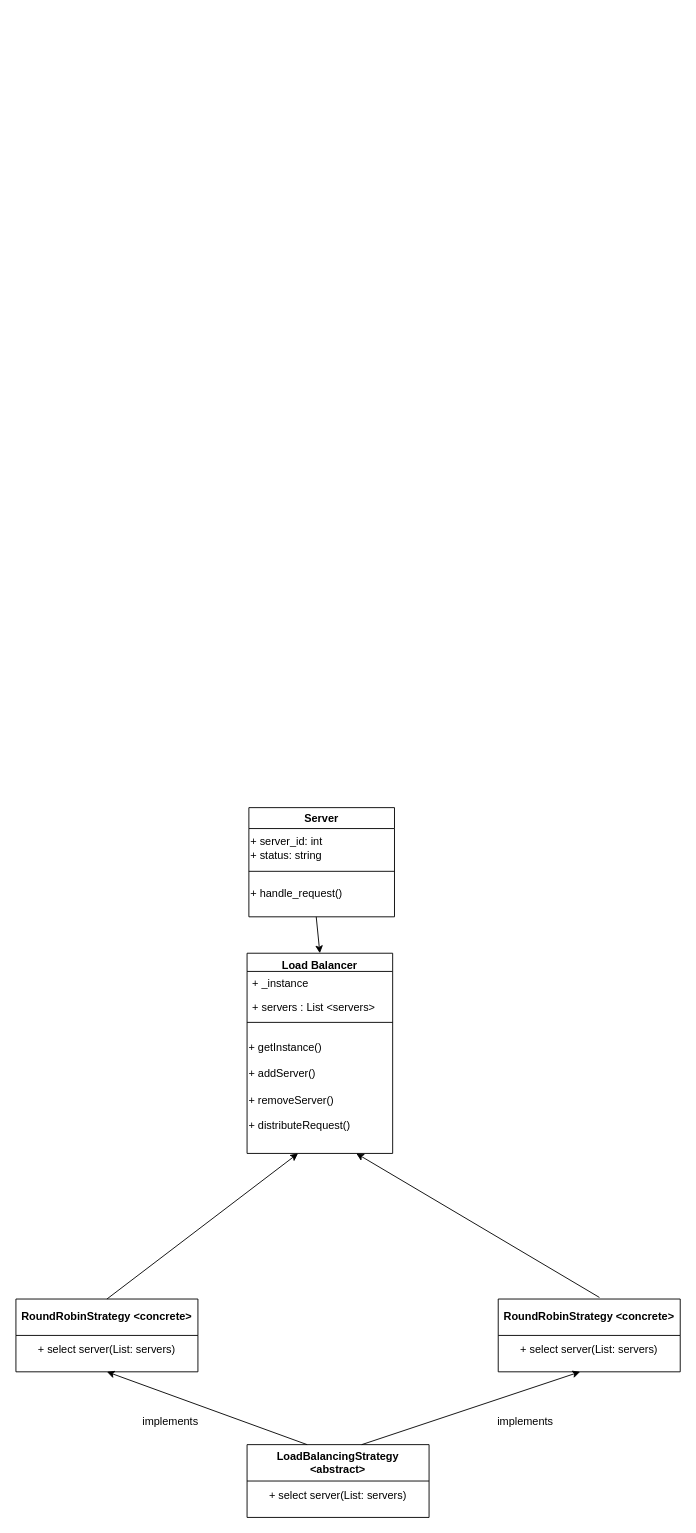
Earlier version of the draw.io diagram Class_Diagram_and_Implementation/LoadBalancer/load_balancer.drawio (ashu7mishra/LLD). Source tidied: cells renumbered, new cells numbered last; positions are measured from the earlier drawing's top-left corner, leaving out a move shared by most shapes. Both pictures are drawn from the tidied source at 91%, with x=0, y=0 at pixel (15, 807).
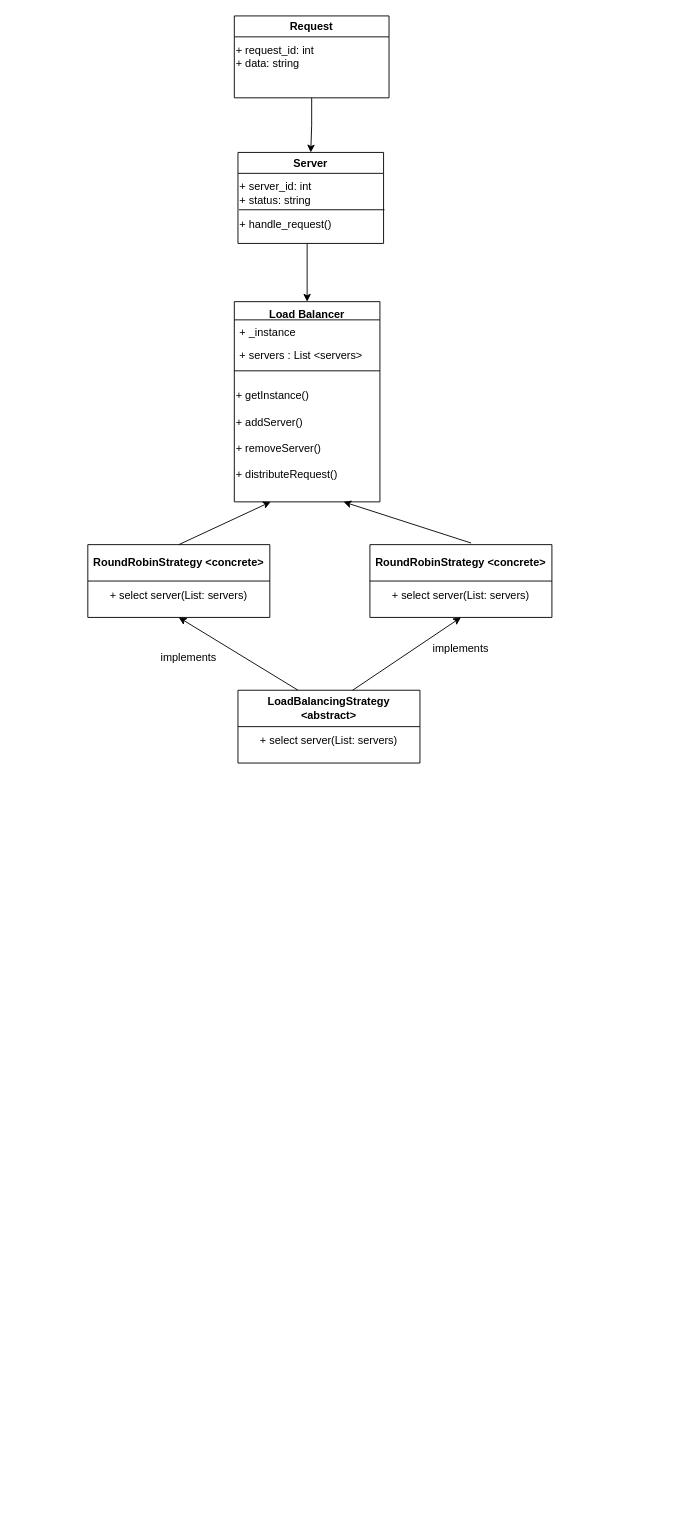
The same page after the edit.

The edit, as a diff of the source:
```diff
@@
+    <mxCell id="24" style="group;" parent="1" vertex="1">
+      <mxGeometry x="79" y="-870" width="510" height="821" as="geometry" />
+    </mxCell>
-    <mxCell id="2" value="Load Balancer" style="swimlane;fontStyle=1;align=center;verticalAlign=top;horizontal=1;startSize=20;rounded=0;shadow=0;strokeWidth=1;" parent="1" vertex="1">
-      <mxGeometry x="254" y="160" width="160" height="220" as="geometry" />
+    <mxCell id="2" value="Load Balancer" style="swimlane;fontStyle=1;align=center;verticalAlign=top;horizontal=1;startSize=20;rounded=0;shadow=0;strokeWidth=1;" parent="24" vertex="1">
+      <mxGeometry x="161" y="314" width="160" height="220" as="geometry" />
     </mxCell>
@@
-    <mxCell id="7" value="LoadBalancingStrategy &amp;lt;abstract&amp;gt;" style="swimlane;whiteSpace=wrap;html=1;startSize=40;" parent="1" vertex="1">
-      <mxGeometry x="254" y="700" width="200" height="80" as="geometry" />
+    <mxCell id="7" value="LoadBalancingStrategy &amp;lt;abstract&amp;gt;" style="swimlane;whiteSpace=wrap;html=1;startSize=40;" parent="24" vertex="1">
+      <mxGeometry x="165" y="741" width="200" height="80" as="geometry" />
     </mxCell>
@@
-    <mxCell id="9" value="RoundRobinStrategy &amp;lt;concrete&amp;gt;" style="swimlane;whiteSpace=wrap;html=1;startSize=40;" parent="1" vertex="1">
-      <mxGeometry y="540" width="200" height="80" as="geometry" />
+    <mxCell id="9" value="RoundRobinStrategy &amp;lt;concrete&amp;gt;" style="swimlane;whiteSpace=wrap;html=1;startSize=40;" parent="24" vertex="1">
+      <mxGeometry y="581" width="200" height="80" as="geometry" />
     </mxCell>
@@
-    <mxCell id="11" style="endArrow=classic;html=1;rounded=0;exitX=0.33;exitY=0;exitDx=0;exitDy=0;exitPerimeter=0;entryX=0.5;entryY=1;entryDx=0;entryDy=0;" parent="1" edge="1" source="7" target="9">
+    <mxCell id="11" style="endArrow=classic;html=1;rounded=0;exitX=0.33;exitY=0;exitDx=0;exitDy=0;exitPerimeter=0;entryX=0.5;entryY=1;entryDx=0;entryDy=0;" parent="24" edge="1" source="7" target="9">
       <mxGeometry relative="1" as="geometry" />
     </mxCell>
-    <mxCell id="12" value="implements" style="text;html=1;align=center;verticalAlign=middle;whiteSpace=wrap;rounded=0;" parent="1" vertex="1">
-      <mxGeometry x="140" y="660" width="60" height="30" as="geometry" />
+    <mxCell id="12" value="implements" style="text;html=1;align=center;verticalAlign=middle;whiteSpace=wrap;rounded=0;" parent="24" vertex="1">
+      <mxGeometry x="81" y="690" width="60" height="30" as="geometry" />
     </mxCell>
-    <mxCell id="13" value="RoundRobinStrategy &amp;lt;concrete&amp;gt;" style="swimlane;whiteSpace=wrap;html=1;startSize=40;" parent="1" vertex="1">
-      <mxGeometry x="530" y="540" width="200" height="80" as="geometry" />
+    <mxCell id="13" value="RoundRobinStrategy &amp;lt;concrete&amp;gt;" style="swimlane;whiteSpace=wrap;html=1;startSize=40;" parent="24" vertex="1">
+      <mxGeometry x="310" y="581" width="200" height="80" as="geometry" />
     </mxCell>
@@
-    <mxCell id="15" style="endArrow=classic;html=1;rounded=0;" parent="1" edge="1">
+    <mxCell id="15" style="endArrow=classic;html=1;rounded=0;entryX=0.5;entryY=1;entryDx=0;entryDy=0;" parent="24" edge="1" target="13">
       <mxGeometry relative="1" as="geometry">
-        <mxPoint x="380" y="700" as="sourcePoint" />
-        <mxPoint x="620" y="620" as="targetPoint" />
+        <mxPoint x="291" y="741" as="sourcePoint" />
       </mxGeometry>
     </mxCell>
-    <mxCell id="16" value="implements" style="text;html=1;align=center;verticalAlign=middle;whiteSpace=wrap;rounded=0;" parent="1" vertex="1">
-      <mxGeometry x="530" y="660" width="60" height="30" as="geometry" />
+    <mxCell id="16" value="implements" style="text;html=1;align=center;verticalAlign=middle;whiteSpace=wrap;rounded=0;" parent="24" vertex="1">
+      <mxGeometry x="380" y="680" width="60" height="30" as="geometry" />
     </mxCell>
-    <mxCell id="17" value="Server" style="swimlane;whiteSpace=wrap;html=1;" parent="1" vertex="1">
-      <mxGeometry x="256" width="160" height="120" as="geometry" />
+    <mxCell id="17" value="Server" style="swimlane;whiteSpace=wrap;html=1;" parent="24" vertex="1">
+      <mxGeometry x="165" y="150" width="160" height="100" as="geometry" />
     </mxCell>
@@
     <mxCell id="19" value="+ handle_request()" style="text;html=1;align=left;verticalAlign=middle;whiteSpace=wrap;rounded=0;" parent="17" vertex="1">
-      <mxGeometry y="80" width="160" height="30" as="geometry" />
+      <mxGeometry y="64" width="160" height="30" as="geometry" />
     </mxCell>
-    <mxCell id="20" style="endArrow=classic;html=1;rounded=0;exitX=0.5;exitY=0;exitDx=0;exitDy=0;" parent="1" edge="1" source="9">
-      <mxGeometry relative="1" as="geometry">
-        <mxPoint x="310" y="380" as="targetPoint" />
-      </mxGeometry>
+    <mxCell id="20" style="endArrow=classic;html=1;rounded=0;exitX=0.5;exitY=0;exitDx=0;exitDy=0;entryX=0.25;entryY=1;entryDx=0;entryDy=0;" parent="24" edge="1" source="9" target="2">
+      <mxGeometry relative="1" as="geometry" />
     </mxCell>
-    <mxCell id="21" style="endArrow=classic;html=1;rounded=0;entryX=0.75;entryY=1;entryDx=0;entryDy=0;exitX=0.556;exitY=-0.022;exitDx=0;exitDy=0;exitPerimeter=0;" parent="1" edge="1" source="13" target="2">
+    <mxCell id="21" style="endArrow=classic;html=1;rounded=0;entryX=0.75;entryY=1;entryDx=0;entryDy=0;exitX=0.556;exitY=-0.022;exitDx=0;exitDy=0;exitPerimeter=0;" parent="24" edge="1" source="13" target="2">
       <mxGeometry relative="1" as="geometry" />
     </mxCell>
-    <mxCell id="22" style="endArrow=none;html=1;rounded=0;entryX=1;entryY=0.5;entryDx=0;entryDy=0;exitX=0;exitY=0.5;exitDx=0;exitDy=0;" parent="1" edge="1">
+    <mxCell id="22" style="endArrow=none;html=1;rounded=0;entryX=1;entryY=0.5;entryDx=0;entryDy=0;exitX=0;exitY=0.5;exitDx=0;exitDy=0;" parent="24" edge="1">
       <mxGeometry relative="1" as="geometry">
-        <mxPoint x="256" y="70" as="sourcePoint" />
-        <mxPoint x="416" y="70" as="targetPoint" />
+        <mxPoint x="166" y="213" as="sourcePoint" />
+        <mxPoint x="326" y="213" as="targetPoint" />
       </mxGeometry>
     </mxCell>
-    <mxCell id="23" style="endArrow=classic;html=1;rounded=0;entryX=0.5;entryY=0;entryDx=0;entryDy=0;" parent="1" edge="1" target="2">
+    <mxCell id="23" style="endArrow=classic;html=1;rounded=0;entryX=0.5;entryY=0;entryDx=0;entryDy=0;" parent="24" edge="1" target="2">
       <mxGeometry relative="1" as="geometry">
-        <mxPoint x="330" y="120" as="sourcePoint" />
+        <mxPoint x="241" y="250" as="sourcePoint" />
       </mxGeometry>
     </mxCell>
+    <mxCell id="25" style="edgeStyle=orthogonalEdgeStyle;rounded=0;jettySize=auto;html=1;" parent="24" edge="1" source="26">
+      <mxGeometry relative="1" as="geometry">
+        <mxPoint x="245" y="150" as="targetPoint" />
+      </mxGeometry>
+    </mxCell>
+    <mxCell id="26" value="Request" style="swimlane;whiteSpace=wrap;html=1;" parent="24" vertex="1">
+      <mxGeometry x="161" width="170" height="90" as="geometry" />
+    </mxCell>
+    <mxCell id="27" value="+ request_id: int&lt;div&gt;+ data: string&lt;/div&gt;" style="text;html=1;align=left;verticalAlign=middle;whiteSpace=wrap;rounded=0;" parent="24" vertex="1">
+      <mxGeometry x="161" y="20" width="170" height="50" as="geometry" />
+    </mxCell>
```
